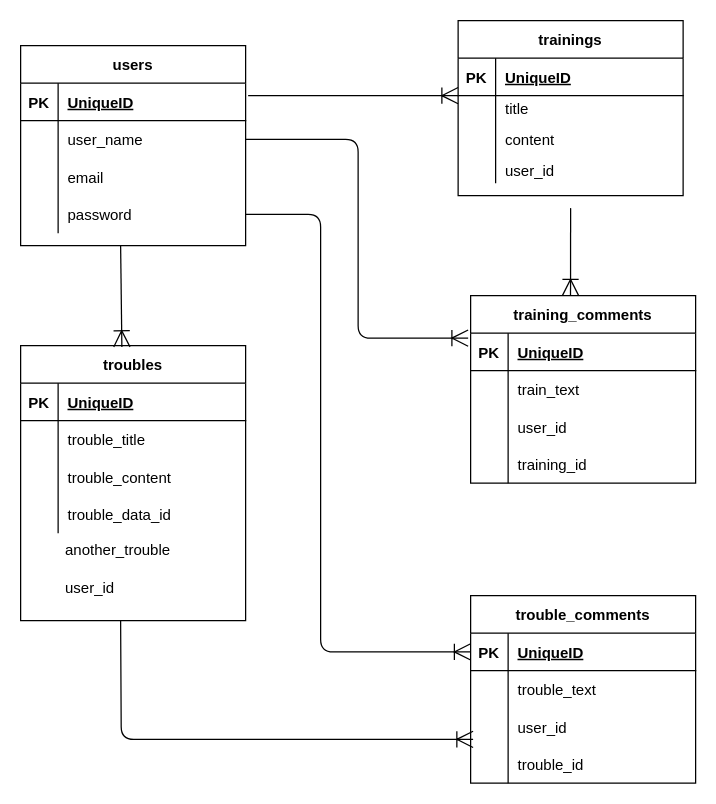
Above: test.dio in matsu006007/share_training (draw.io), before the change. Source tidied: cells renumbered, new cells numbered last; positions are measured from the earlier drawing's top-left corner, leaving out a move shared by most shapes. Both pictures are drawn from the tidied source at 125%, with x=0, y=0 at pixel (20, 20).
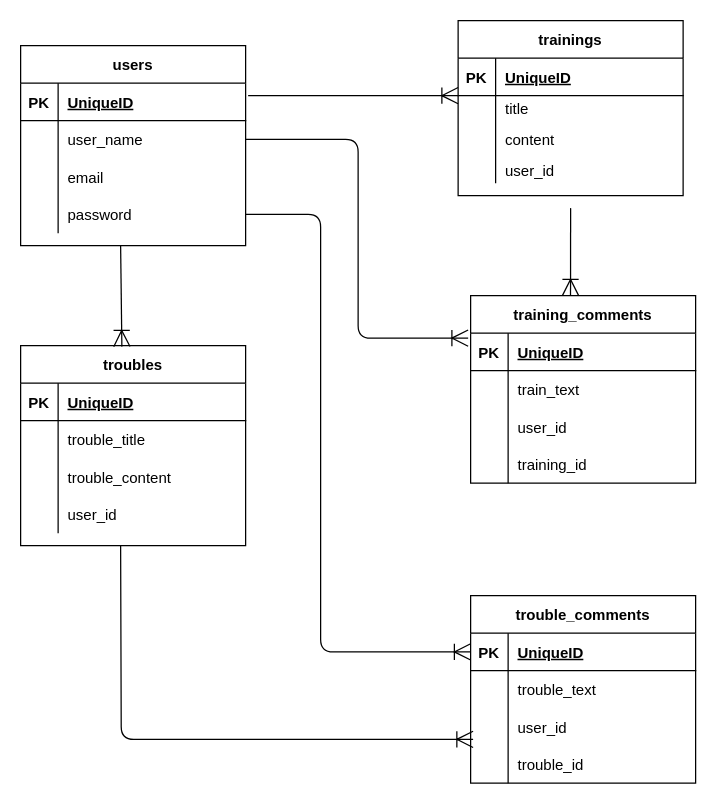
The same page after the edit.

The change refers to these unchanged cells:
```xml
<mxCell id="25" style="shape=partialRectangle;fillColor=none;top=0;left=0;bottom=0;right=0;" parent="15" vertex="1">
  <mxGeometry y="120" width="180" height="30" as="geometry" />
</mxCell>
<mxCell id="53" style="shape=partialRectangle;fillColor=none;top=0;left=0;bottom=0;right=0;points=[[0,0.5],[1,0.5]];portConstraint=eastwest;" parent="43" vertex="1">
  <mxGeometry y="120" width="180" height="30" as="geometry" />
</mxCell>
```

What changed in the source:
```diff
@@
     <mxCell id="15" value="troubles" style="shape=table;startSize=30;childLayout=tableLayout;rowLines=0;fontStyle=1;align=center;" parent="1" vertex="1">
-      <mxGeometry y="260" width="180" height="220" as="geometry" />
+      <mxGeometry y="260" width="180" height="160" as="geometry" />
     </mxCell>
@@
-    <mxCell id="27" value="trouble_data_id" style="shape=partialRectangle;fillColor=none;top=0;left=0;bottom=0;right=0;align=left;spacingLeft=6;overflow=hidden;" parent="25" vertex="1">
+    <mxCell id="27" value="user_id" style="shape=partialRectangle;fillColor=none;top=0;left=0;bottom=0;right=0;align=left;spacingLeft=6;overflow=hidden;" parent="25" vertex="1">
       <mxGeometry x="30" width="150" height="30" as="geometry" />
     </mxCell>
-    <mxCell id="28" value="another_trouble" style="text;strokeColor=none;fillColor=none;spacingLeft=4;spacingRight=4;overflow=hidden;fontSize=12;" parent="1" vertex="1">
-      <mxGeometry x="30" y="410" width="130" height="30" as="geometry" />
-    </mxCell>
@@
     <mxCell id="56" style="edgeStyle=orthogonalEdgeStyle;fontSize=12;html=1;endArrow=ERoneToMany;entryX=0.011;entryY=-0.167;entryDx=0;entryDy=0;entryPerimeter=0;endSize=11;" parent="1" edge="1" target="53">
       <mxGeometry relative="1" as="geometry">
-        <mxPoint x="80" y="480" as="sourcePoint" />
+        <mxPoint x="80" y="420" as="sourcePoint" />
       </mxGeometry>
     </mxCell>
@@
-    <mxCell id="74" value="user_id" style="text;strokeColor=none;fillColor=none;spacingLeft=4;spacingRight=4;overflow=hidden;fontSize=12;" parent="1" vertex="1">
-      <mxGeometry x="30" y="440" width="110" height="30" as="geometry" />
-    </mxCell>
```
